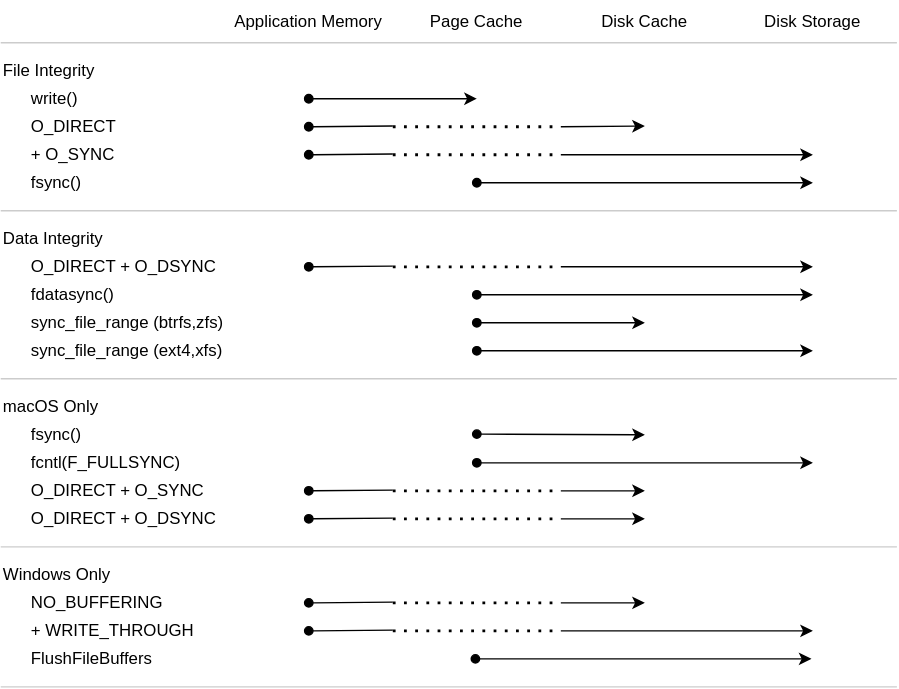
Above: source/images/how-to-learn/disk-io/mental-model.svg in transactionalblog/blog (draw.io), before the change. Source tidied: cells renumbered, new cells last; positions are measured from the earlier drawing's top-left corner, leaving out a move shared by most shapes.
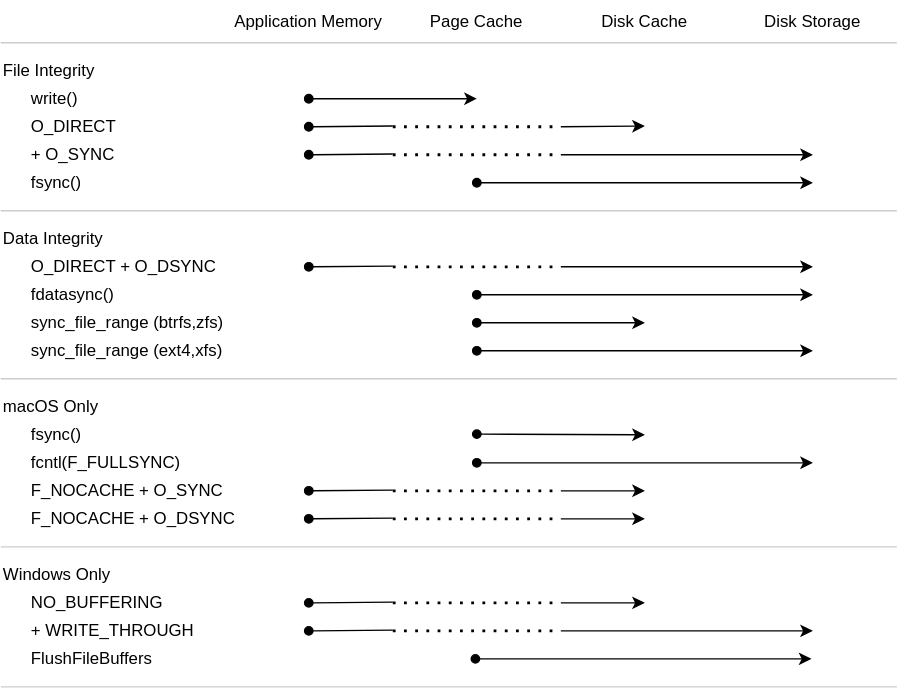
Above is the later version.

Commit message:
O_DIRECT doesn't exist on macOS. It's F_NOCACHE instead.

What changed in the source:
```diff
@@ -119,8 +119,8 @@
     <mxCell id="28" value="fcntl(F_FULLSYNC)" style="text;html=1;align=left;verticalAlign=middle;whiteSpace=wrap;rounded=0;" parent="1" vertex="1">
       <mxGeometry x="20" y="320" width="100" height="20" as="geometry" />
     </mxCell>
-    <mxCell id="29" value="O_DIRECT + O_DSYNC" style="text;html=1;align=left;verticalAlign=middle;whiteSpace=wrap;rounded=0;" parent="1" vertex="1">
-      <mxGeometry x="20" y="360" width="140" height="20" as="geometry" />
+    <mxCell id="29" value="F_NOCACHE + O_DSYNC" style="text;html=1;align=left;verticalAlign=middle;whiteSpace=wrap;rounded=0;" parent="1" vertex="1">
+      <mxGeometry x="20" y="360" width="150" height="20" as="geometry" />
     </mxCell>
     <mxCell id="30" style="endArrow=oval;html=1;rounded=0;startArrow=classic;startFill=1;endFill=1;" parent="1" edge="1">
       <mxGeometry relative="1" as="geometry">
@@ -233,7 +233,7 @@
         <mxPoint y="490" as="targetPoint" />
       </mxGeometry>
     </mxCell>
-    <mxCell id="51" value="O_DIRECT + O_SYNC" style="text;html=1;align=left;verticalAlign=middle;whiteSpace=wrap;rounded=0;" parent="1" vertex="1">
+    <mxCell id="51" value="F_NOCACHE + O_SYNC" style="text;html=1;align=left;verticalAlign=middle;whiteSpace=wrap;rounded=0;" parent="1" vertex="1">
       <mxGeometry x="20" y="340" width="140" height="20" as="geometry" />
     </mxCell>
     <mxCell id="52" style="endArrow=oval;html=1;rounded=0;startArrow=none;startFill=0;endFill=1;" parent="1" edge="1">
```
